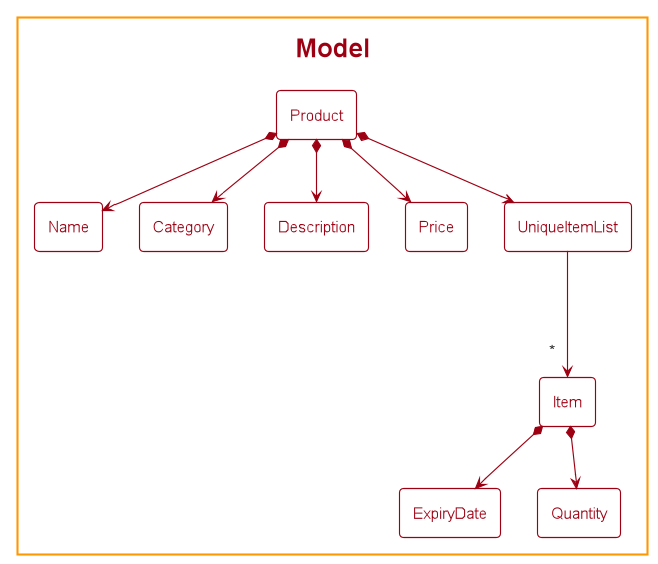
Before: docs/images/DetailedModelClassDiagram.png, a diagram exported from PlantUML (nus-cs2103-AY2122S2/tp). The source it was exported from:
```plantuml
@startuml
!include style.puml

$OverrideTheme(MODEL_COLOR)

package Model {
    class Product
    class Name
    class Category
    class Description
    class Price

    class UniqueItemList
    class Item
    class ExpiryDate
    class Quantity
}

Product *--> Name
Product *--> Category
Product *--> UniqueItemList
Product *--> Description
Product *--> Price

UniqueItemList ---> "*" Item
Item *--> ExpiryDate
Item *--> Quantity

@enduml
```
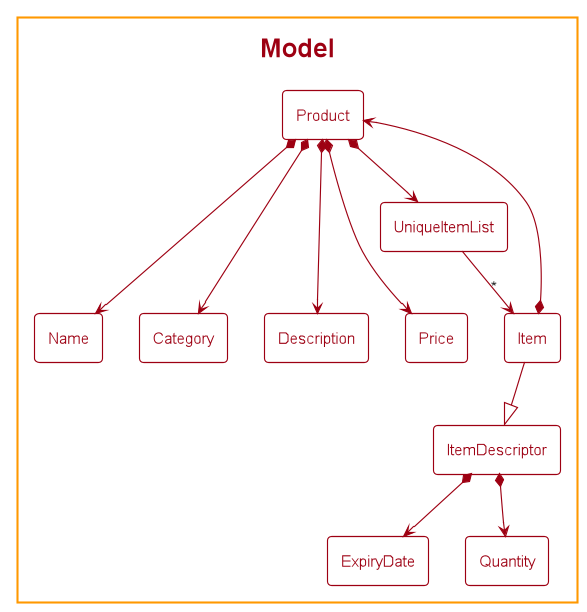
The same diagram one commit later.

Commit message:
Add Product Filters implementation

Diff of the diagram source:
```diff
@@ -12,18 +12,23 @@
 
     class UniqueItemList
     class Item
+    class ItemDescriptor
     class ExpiryDate
     class Quantity
 }
 
-Product *--> Name
-Product *--> Category
+Product *---> Name
+Product *---> Category
+Product *---> Description
+Product *---> Price
 Product *--> UniqueItemList
-Product *--> Description
-Product *--> Price
 
-UniqueItemList ---> "*" Item
-Item *--> ExpiryDate
-Item *--> Quantity
+UniqueItemList --> "*" Item
+
+Item *--> Product
+Item --|> ItemDescriptor
+
+ItemDescriptor *--> ExpiryDate
+ItemDescriptor *--> Quantity
 
 @enduml
```
